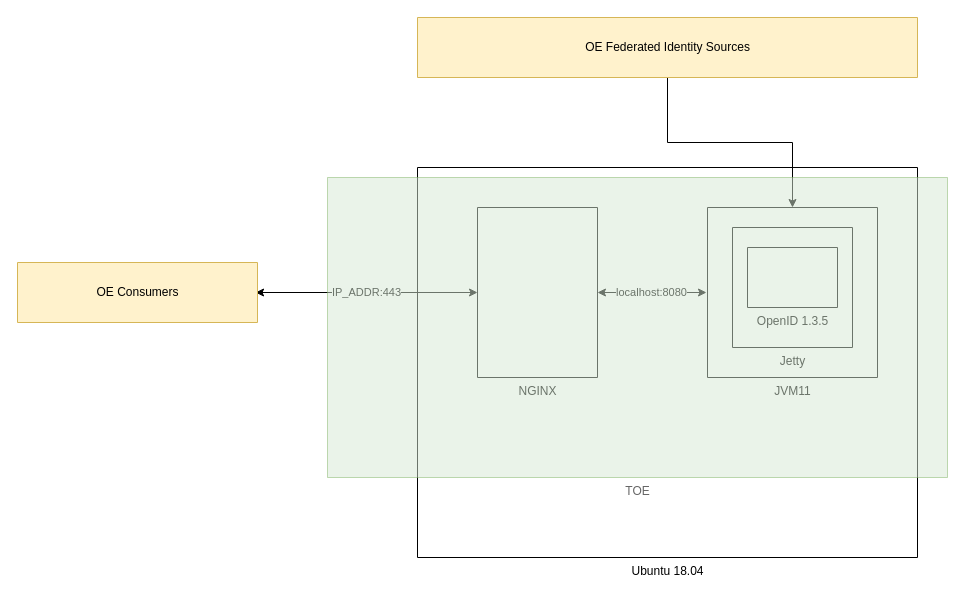
Above: cc-artifacts/Untitled Diagram.drawio in videnlabs/OpenID-Connect-Java-Spring-Server (draw.io), before the change. Source tidied: cells renumbered, new cells numbered last; positions are measured from the earlier drawing's top-left corner, leaving out a move shared by most shapes. Both pictures are drawn from the tidied source at 100%, with x=0, y=0 at pixel (17, 17).
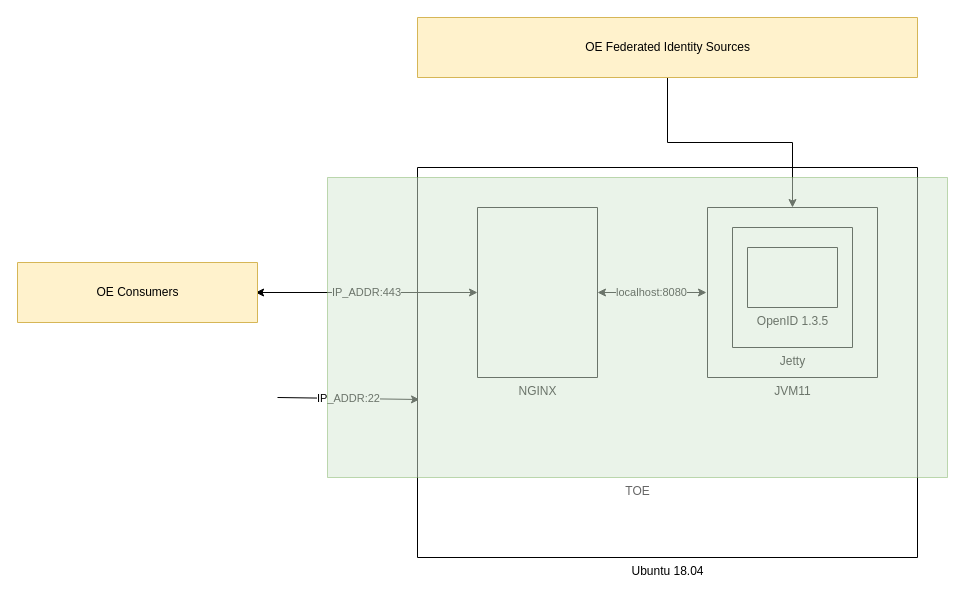
The same page after the edit.

Change to the diagram source:
```diff
@@
 <mxGraphModel>
   <root>
     <mxCell id="0" />
     <mxCell id="1" parent="0" />
+    <mxCell id="13" value="IP_ADDR:22" style="endArrow=classic;html=1;rounded=0;entryX=0.004;entryY=0.959;entryDx=0;entryDy=0;entryPerimeter=0;" parent="1" edge="1">
+      <mxGeometry relative="1" as="geometry">
+        <mxPoint x="260" y="380" as="sourcePoint" />
+        <mxPoint x="402" y="382" as="targetPoint" />
+      </mxGeometry>
+    </mxCell>
     <mxCell id="2" value="&lt;div&gt;Ubuntu 18.04&lt;/div&gt;" style="verticalLabelPosition=bottom;verticalAlign=top;html=1;shape=mxgraph.basic.rect;fillColor2=none;strokeWidth=1;size=20;indent=5;" parent="1" vertex="1">
       <mxGeometry x="400" y="150" width="500" height="390" as="geometry" />
     </mxCell>
     <mxCell id="3" value="JVM11" style="verticalLabelPosition=bottom;verticalAlign=top;html=1;shape=mxgraph.basic.rect;fillColor2=none;strokeWidth=1;size=20;indent=5;" parent="1" vertex="1">
       <mxGeometry x="690" y="190" width="170" height="170" as="geometry" />
     </mxCell>
     <mxCell id="4" value="Jetty" style="verticalLabelPosition=bottom;verticalAlign=top;html=1;shape=mxgraph.basic.rect;fillColor2=none;strokeWidth=1;size=20;indent=5;" parent="1" vertex="1">
       <mxGeometry x="715" y="210" width="120" height="120" as="geometry" />
     </mxCell>
     <mxCell id="5" value="OpenID 1.3.5" style="verticalLabelPosition=bottom;verticalAlign=top;html=1;shape=mxgraph.basic.rect;fillColor2=none;strokeWidth=1;size=20;indent=5;" parent="1" vertex="1">
       <mxGeometry x="730" y="230" width="90" height="60" as="geometry" />
     </mxCell>
     <mxCell id="6" value="localhost:8080" style="edgeStyle=orthogonalEdgeStyle;rounded=0;jettySize=auto;html=1;entryX=-0.006;entryY=0.5;entryDx=0;entryDy=0;entryPerimeter=0;startArrow=classic;startFill=1;" parent="1" edge="1" source="8" target="3">
       <mxGeometry relative="1" as="geometry" />
     </mxCell>
     <mxCell id="7" value="IP_ADDR:443" style="edgeStyle=orthogonalEdgeStyle;rounded=0;jettySize=auto;html=1;startArrow=classic;startFill=1;entryX=0.992;entryY=0.5;entryDx=0;entryDy=0;entryPerimeter=0;" parent="1" edge="1" source="8" target="12">
       <mxGeometry relative="1" as="geometry" />
     </mxCell>
     <mxCell id="8" value="NGINX" style="verticalLabelPosition=bottom;verticalAlign=top;html=1;shape=mxgraph.basic.rect;fillColor2=none;strokeWidth=1;size=20;indent=5;" parent="1" vertex="1">
       <mxGeometry x="460" y="190" width="120" height="170" as="geometry" />
     </mxCell>
     <mxCell id="9" style="edgeStyle=orthogonalEdgeStyle;rounded=0;jettySize=auto;html=1;startArrow=none;startFill=0;" parent="1" edge="1" source="10" target="3">
       <mxGeometry relative="1" as="geometry" />
     </mxCell>
     <mxCell id="10" value="OE Federated Identity Sources" style="verticalLabelPosition=middle;verticalAlign=middle;html=1;shape=mxgraph.basic.rect;fillColor2=none;strokeWidth=1;size=20;indent=5;fillColor=#fff2cc;strokeColor=#d6b656;labelPosition=center;align=center;" parent="1" vertex="1">
       <mxGeometry x="400" width="500" height="60" as="geometry" />
     </mxCell>
     <mxCell id="11" value="TOE" style="verticalLabelPosition=bottom;verticalAlign=top;html=1;shape=mxgraph.basic.rect;fillColor2=none;strokeWidth=1;size=20;indent=5;fillColor=#d5e8d4;strokeColor=#82b366;textOpacity=60;opacity=50;" parent="1" vertex="1">
       <mxGeometry x="310" y="160" width="620" height="300" as="geometry" />
     </mxCell>
     <mxCell id="12" value="OE Consumers" style="verticalLabelPosition=middle;verticalAlign=middle;html=1;shape=mxgraph.basic.rect;fillColor2=none;strokeWidth=1;size=20;indent=5;fillColor=#fff2cc;strokeColor=#d6b656;labelPosition=center;align=center;" parent="1" vertex="1">
       <mxGeometry y="245" width="240" height="60" as="geometry" />
     </mxCell>
   </root>
 </mxGraphModel>
```
